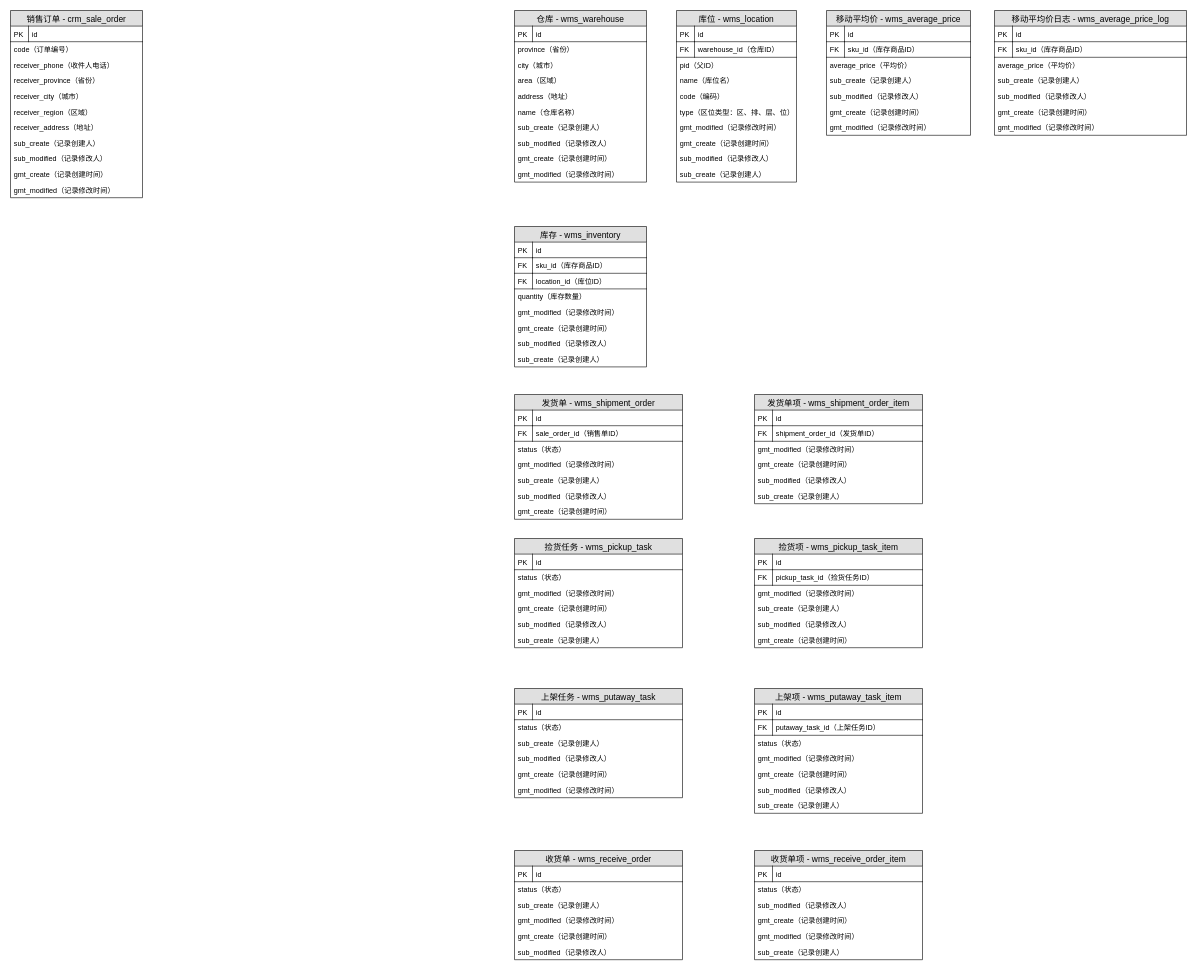
jason-live/flow keeps this draw.io diagram as page "第 1 页" (1 of 5) of 技术架构.drawio. Above is the earlier version. Source tidied: cells renumbered, new cells numbered last; positions are measured from the earlier drawing's top-left corner, leaving out a move shared by most shapes. Both pictures are drawn from the tidied source at 60%, with x=0, y=0 at pixel (10, 10).
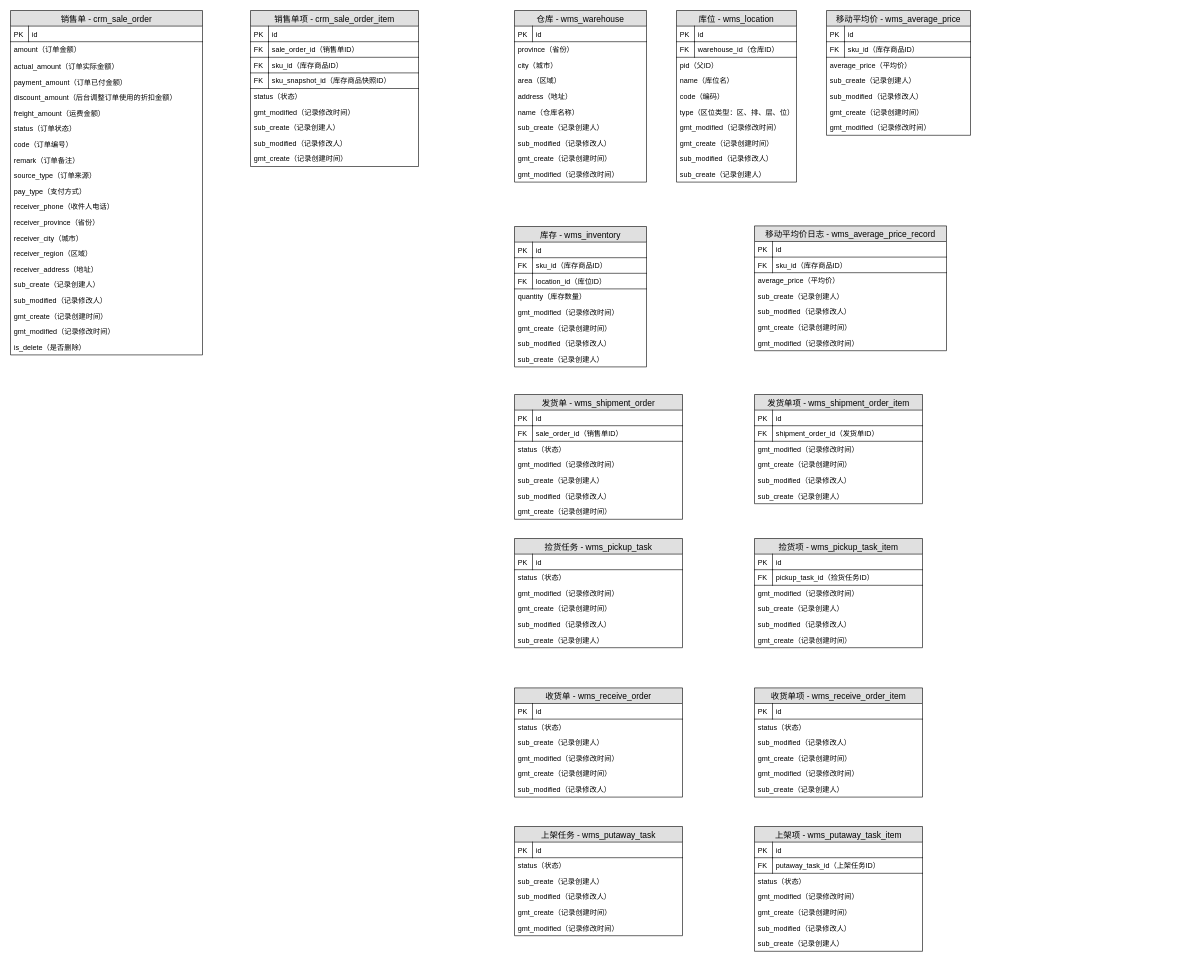
Above is the later version.

Commit message (it also covers changes not shown here):
更新技术架构.drawio

What changed in the source:
```diff
@@
     <mxCell id="27" value="上架任务 - wms_putaway_task" style="swimlane;fontStyle=0;horizontal=1;startSize=26;fillColor=#e0e0e0;swimlaneFillColor=#ffffff;align=center;fontSize=14;" parent="1" vertex="1">
-      <mxGeometry x="840" y="1130" width="280" height="182" as="geometry" />
+      <mxGeometry x="840" y="1360" width="280" height="182" as="geometry" />
     </mxCell>
@@
     <mxCell id="65" value="收货单 - wms_receive_order" style="swimlane;fontStyle=0;horizontal=1;startSize=26;fillColor=#e0e0e0;swimlaneFillColor=#ffffff;align=center;fontSize=14;" parent="1" vertex="1">
-      <mxGeometry x="840" y="1400" width="280" height="182" as="geometry" />
+      <mxGeometry x="840" y="1129" width="280" height="182" as="geometry" />
     </mxCell>
@@
     <mxCell id="73" value="上架项 - wms_putaway_task_item" style="swimlane;fontStyle=0;horizontal=1;startSize=26;fillColor=#e0e0e0;swimlaneFillColor=#ffffff;align=center;fontSize=14;" parent="1" vertex="1">
-      <mxGeometry x="1240" y="1130" width="280" height="208" as="geometry" />
+      <mxGeometry x="1240" y="1360" width="280" height="208" as="geometry" />
     </mxCell>
@@
     <mxCell id="101" value="收货单项 - wms_receive_order_item" style="swimlane;fontStyle=0;horizontal=1;startSize=26;fillColor=#e0e0e0;swimlaneFillColor=#ffffff;align=center;fontSize=14;" parent="1" vertex="1">
-      <mxGeometry x="1240" y="1400" width="280" height="182" as="geometry" />
+      <mxGeometry x="1240" y="1129" width="280" height="182" as="geometry" />
     </mxCell>
@@
-    <mxCell id="119" value="移动平均价日志 - wms_average_price_log" style="swimlane;fontStyle=0;horizontal=1;startSize=26;fillColor=#e0e0e0;swimlaneFillColor=#ffffff;align=center;fontSize=14;" parent="1" vertex="1">
-      <mxGeometry x="1640" width="320" height="208" as="geometry" />
+    <mxCell id="119" value="移动平均价日志 - wms_average_price_record" style="swimlane;fontStyle=0;horizontal=1;startSize=26;fillColor=#e0e0e0;swimlaneFillColor=#ffffff;align=center;fontSize=14;" parent="1" vertex="1">
+      <mxGeometry x="1240" y="359" width="320" height="208" as="geometry" />
     </mxCell>
@@
-    <mxCell id="129" value="销售订单 - crm_sale_order" style="swimlane;fontStyle=0;horizontal=1;startSize=26;fillColor=#e0e0e0;swimlaneFillColor=#ffffff;align=center;fontSize=14;" parent="1" vertex="1">
-      <mxGeometry width="220" height="312" as="geometry" />
+    <mxCell id="129" value="销售单 - crm_sale_order" style="swimlane;fontStyle=0;horizontal=1;startSize=26;fillColor=#e0e0e0;swimlaneFillColor=#ffffff;align=center;fontSize=14;" parent="1" vertex="1">
+      <mxGeometry width="320" height="574" as="geometry" />
     </mxCell>
     <mxCell id="130" value="id" style="shape=partialRectangle;top=0;left=0;right=0;bottom=1;align=left;verticalAlign=top;fillColor=none;spacingLeft=34;spacingRight=4;overflow=hidden;fontSize=12;" parent="129" vertex="1">
-      <mxGeometry y="26" width="220" height="26" as="geometry" />
+      <mxGeometry y="26" width="320" height="26" as="geometry" />
     </mxCell>
@@
+    <mxCell id="142" value="amount（订单金额）" style="text;strokeColor=none;fillColor=none;spacingLeft=4;spacingRight=4;overflow=hidden;fontSize=12;rounded=1;shadow=0;html=0;" parent="129" vertex="1">
+      <mxGeometry y="52" width="320" height="28" as="geometry" />
+    </mxCell>
+    <mxCell id="143" value="actual_amount（订单实际金额）" style="text;strokeColor=none;fillColor=none;spacingLeft=4;spacingRight=4;overflow=hidden;fontSize=12;rounded=1;shadow=0;html=0;" parent="129" vertex="1">
+      <mxGeometry y="80" width="320" height="26" as="geometry" />
+    </mxCell>
+    <mxCell id="144" value="payment_amount（订单已付金额）" style="text;strokeColor=none;fillColor=none;spacingLeft=4;spacingRight=4;overflow=hidden;fontSize=12;rounded=1;shadow=0;html=0;" parent="129" vertex="1">
+      <mxGeometry y="106" width="320" height="26" as="geometry" />
+    </mxCell>
+    <mxCell id="145" value="discount_amount（后台调整订单使用的折扣金额）" style="text;strokeColor=none;fillColor=none;spacingLeft=4;spacingRight=4;overflow=hidden;fontSize=12;rounded=1;shadow=0;html=0;" parent="129" vertex="1">
+      <mxGeometry y="132" width="320" height="26" as="geometry" />
+    </mxCell>
+    <mxCell id="146" value="freight_amount（运费金额）" style="text;strokeColor=none;fillColor=none;spacingLeft=4;spacingRight=4;overflow=hidden;fontSize=12;rounded=1;shadow=0;html=0;" parent="129" vertex="1">
+      <mxGeometry y="158" width="320" height="26" as="geometry" />
+    </mxCell>
+    <mxCell id="147" value="status（订单状态）" style="text;strokeColor=none;fillColor=none;spacingLeft=4;spacingRight=4;overflow=hidden;fontSize=12;rounded=1;shadow=0;html=0;" parent="129" vertex="1">
+      <mxGeometry y="184" width="320" height="26" as="geometry" />
+    </mxCell>
     <mxCell id="132" value="code（订单编号）" style="text;strokeColor=none;fillColor=none;spacingLeft=4;spacingRight=4;overflow=hidden;fontSize=12;rounded=1;shadow=0;html=0;" parent="129" vertex="1">
-      <mxGeometry y="52" width="220" height="26" as="geometry" />
+      <mxGeometry y="210" width="320" height="26" as="geometry" />
     </mxCell>
+    <mxCell id="148" value="remark（订单备注）" style="text;strokeColor=none;fillColor=none;spacingLeft=4;spacingRight=4;overflow=hidden;fontSize=12;rounded=1;shadow=0;html=0;" parent="129" vertex="1">
+      <mxGeometry y="236" width="320" height="26" as="geometry" />
+    </mxCell>
+    <mxCell id="149" value="source_type（订单来源）" style="text;strokeColor=none;fillColor=none;spacingLeft=4;spacingRight=4;overflow=hidden;fontSize=12;rounded=1;shadow=0;html=0;" parent="129" vertex="1">
+      <mxGeometry y="262" width="320" height="26" as="geometry" />
+    </mxCell>
+    <mxCell id="150" value="pay_type（支付方式）" style="text;strokeColor=none;fillColor=none;spacingLeft=4;spacingRight=4;overflow=hidden;fontSize=12;rounded=1;shadow=0;html=0;" parent="129" vertex="1">
+      <mxGeometry y="288" width="320" height="26" as="geometry" />
+    </mxCell>
     <mxCell id="133" value="receiver_phone（收件人电话）" style="text;strokeColor=none;fillColor=none;spacingLeft=4;spacingRight=4;overflow=hidden;fontSize=12;rounded=1;shadow=0;html=0;" parent="129" vertex="1">
-      <mxGeometry y="78" width="220" height="26" as="geometry" />
+      <mxGeometry y="314" width="320" height="26" as="geometry" />
     </mxCell>
     <mxCell id="134" value="receiver_province（省份）" style="text;strokeColor=none;fillColor=none;spacingLeft=4;spacingRight=4;overflow=hidden;fontSize=12;rounded=1;shadow=0;html=1;" parent="129" vertex="1">
-      <mxGeometry y="104" width="220" height="26" as="geometry" />
+      <mxGeometry y="340" width="320" height="26" as="geometry" />
     </mxCell>
     <mxCell id="135" value="receiver_city（城市）" style="text;strokeColor=none;fillColor=none;spacingLeft=4;spacingRight=4;overflow=hidden;fontSize=12;rounded=1;shadow=0;html=1;" parent="129" vertex="1">
-      <mxGeometry y="130" width="220" height="26" as="geometry" />
+      <mxGeometry y="366" width="320" height="26" as="geometry" />
     </mxCell>
     <mxCell id="136" value="receiver_region（区域）" style="text;strokeColor=none;fillColor=none;spacingLeft=4;spacingRight=4;overflow=hidden;fontSize=12;rounded=1;shadow=0;html=1;" parent="129" vertex="1">
-      <mxGeometry y="156" width="220" height="26" as="geometry" />
+      <mxGeometry y="392" width="320" height="26" as="geometry" />
     </mxCell>
     <mxCell id="137" value="receiver_address（地址）" style="text;strokeColor=none;fillColor=none;spacingLeft=4;spacingRight=4;overflow=hidden;fontSize=12;rounded=1;shadow=0;html=1;" parent="129" vertex="1">
-      <mxGeometry y="182" width="220" height="26" as="geometry" />
+      <mxGeometry y="418" width="320" height="26" as="geometry" />
     </mxCell>
     <mxCell id="138" value="sub_create（记录创建人）" style="text;strokeColor=none;fillColor=none;spacingLeft=4;spacingRight=4;overflow=hidden;fontSize=12;rounded=1;shadow=0;html=0;" parent="129" vertex="1">
-      <mxGeometry y="208" width="220" height="26" as="geometry" />
+      <mxGeometry y="444" width="320" height="26" as="geometry" />
     </mxCell>
     <mxCell id="139" value="sub_modified（记录修改人）" style="text;strokeColor=none;fillColor=none;spacingLeft=4;spacingRight=4;overflow=hidden;fontSize=12;rounded=1;shadow=0;html=0;" parent="129" vertex="1">
-      <mxGeometry y="234" width="220" height="26" as="geometry" />
+      <mxGeometry y="470" width="320" height="26" as="geometry" />
     </mxCell>
     <mxCell id="140" value="gmt_create（记录创建时间）" style="text;strokeColor=none;fillColor=none;spacingLeft=4;spacingRight=4;overflow=hidden;fontSize=12;rounded=1;shadow=0;html=0;" parent="129" vertex="1">
-      <mxGeometry y="260" width="220" height="26" as="geometry" />
+      <mxGeometry y="496" width="320" height="26" as="geometry" />
     </mxCell>
     <mxCell id="141" value="gmt_modified（记录修改时间）" style="text;strokeColor=none;fillColor=none;spacingLeft=4;spacingRight=4;overflow=hidden;fontSize=12;rounded=1;shadow=0;html=0;" parent="129" vertex="1">
-      <mxGeometry y="286" width="220" height="26" as="geometry" />
+      <mxGeometry y="522" width="320" height="26" as="geometry" />
     </mxCell>
+    <mxCell id="151" value="is_delete（是否删除）" style="text;strokeColor=none;fillColor=none;spacingLeft=4;spacingRight=4;overflow=hidden;fontSize=12;rounded=1;shadow=0;html=0;" parent="129" vertex="1">
+      <mxGeometry y="548" width="320" height="26" as="geometry" />
+    </mxCell>
+    <mxCell id="152" value="销售单项 - crm_sale_order_item" style="swimlane;fontStyle=0;horizontal=1;startSize=26;fillColor=#e0e0e0;swimlaneFillColor=#ffffff;align=center;fontSize=14;" parent="1" vertex="1">
+      <mxGeometry x="400" width="280" height="260" as="geometry" />
+    </mxCell>
+    <mxCell id="153" value="id" style="shape=partialRectangle;top=0;left=0;right=0;bottom=1;align=left;verticalAlign=top;fillColor=none;spacingLeft=34;spacingRight=4;overflow=hidden;fontSize=12;" parent="152" vertex="1">
+      <mxGeometry y="26" width="280" height="26" as="geometry" />
+    </mxCell>
+    <mxCell id="154" value="PK" style="shape=partialRectangle;top=0;left=0;bottom=0;fillColor=none;align=left;verticalAlign=top;spacingLeft=4;spacingRight=4;overflow=hidden;fontSize=12;" parent="153" vertex="1">
+      <mxGeometry width="30" height="26" as="geometry" />
+    </mxCell>
+    <mxCell id="155" value="sale_order_id（销售单ID）" style="shape=partialRectangle;top=0;left=0;right=0;bottom=1;align=left;verticalAlign=top;fillColor=none;spacingLeft=34;spacingRight=4;overflow=hidden;fontSize=12;rounded=1;shadow=0;strokeWidth=1;html=0;" parent="152" vertex="1">
+      <mxGeometry y="52" width="280" height="26" as="geometry" />
+    </mxCell>
+    <mxCell id="156" value="FK" style="shape=partialRectangle;top=0;left=0;bottom=0;fillColor=none;align=left;verticalAlign=top;spacingLeft=4;spacingRight=4;overflow=hidden;fontSize=12;" parent="155" vertex="1">
+      <mxGeometry width="30" height="26" as="geometry" />
+    </mxCell>
+    <mxCell id="157" value="sku_id（库存商品ID）" style="shape=partialRectangle;top=0;left=0;right=0;bottom=1;align=left;verticalAlign=top;fillColor=none;spacingLeft=34;spacingRight=4;overflow=hidden;fontSize=12;rounded=1;shadow=0;strokeWidth=1;html=0;" parent="152" vertex="1">
+      <mxGeometry y="78" width="280" height="26" as="geometry" />
+    </mxCell>
+    <mxCell id="158" value="FK" style="shape=partialRectangle;top=0;left=0;bottom=0;fillColor=none;align=left;verticalAlign=top;spacingLeft=4;spacingRight=4;overflow=hidden;fontSize=12;" parent="157" vertex="1">
+      <mxGeometry width="30" height="26" as="geometry" />
+    </mxCell>
+    <mxCell id="159" value="sku_snapshot_id（库存商品快照ID）" style="shape=partialRectangle;top=0;left=0;right=0;bottom=1;align=left;verticalAlign=top;fillColor=none;spacingLeft=34;spacingRight=4;overflow=hidden;fontSize=12;rounded=1;shadow=0;strokeWidth=1;html=0;" parent="152" vertex="1">
+      <mxGeometry y="104" width="280" height="26" as="geometry" />
+    </mxCell>
+    <mxCell id="160" value="FK" style="shape=partialRectangle;top=0;left=0;bottom=0;fillColor=none;align=left;verticalAlign=top;spacingLeft=4;spacingRight=4;overflow=hidden;fontSize=12;" parent="159" vertex="1">
+      <mxGeometry width="30" height="26" as="geometry" />
+    </mxCell>
+    <mxCell id="161" value="status（状态）" style="text;strokeColor=none;fillColor=none;spacingLeft=4;spacingRight=4;overflow=hidden;fontSize=12;rounded=1;shadow=0;html=0;" parent="152" vertex="1">
+      <mxGeometry y="130" width="280" height="26" as="geometry" />
+    </mxCell>
+    <mxCell id="162" value="gmt_modified（记录修改时间）" style="text;strokeColor=none;fillColor=none;spacingLeft=4;spacingRight=4;overflow=hidden;fontSize=12;rounded=1;shadow=0;html=0;" parent="152" vertex="1">
+      <mxGeometry y="156" width="280" height="26" as="geometry" />
+    </mxCell>
+    <mxCell id="163" value="sub_create（记录创建人）" style="text;strokeColor=none;fillColor=none;spacingLeft=4;spacingRight=4;overflow=hidden;fontSize=12;rounded=1;shadow=0;html=0;" parent="152" vertex="1">
+      <mxGeometry y="182" width="280" height="26" as="geometry" />
+    </mxCell>
+    <mxCell id="164" value="sub_modified（记录修改人）" style="text;strokeColor=none;fillColor=none;spacingLeft=4;spacingRight=4;overflow=hidden;fontSize=12;rounded=1;shadow=0;html=0;" parent="152" vertex="1">
+      <mxGeometry y="208" width="280" height="26" as="geometry" />
+    </mxCell>
+    <mxCell id="165" value="gmt_create（记录创建时间）" style="text;strokeColor=none;fillColor=none;spacingLeft=4;spacingRight=4;overflow=hidden;fontSize=12;rounded=1;shadow=0;html=0;" parent="152" vertex="1">
+      <mxGeometry y="234" width="280" height="26" as="geometry" />
+    </mxCell>
```
